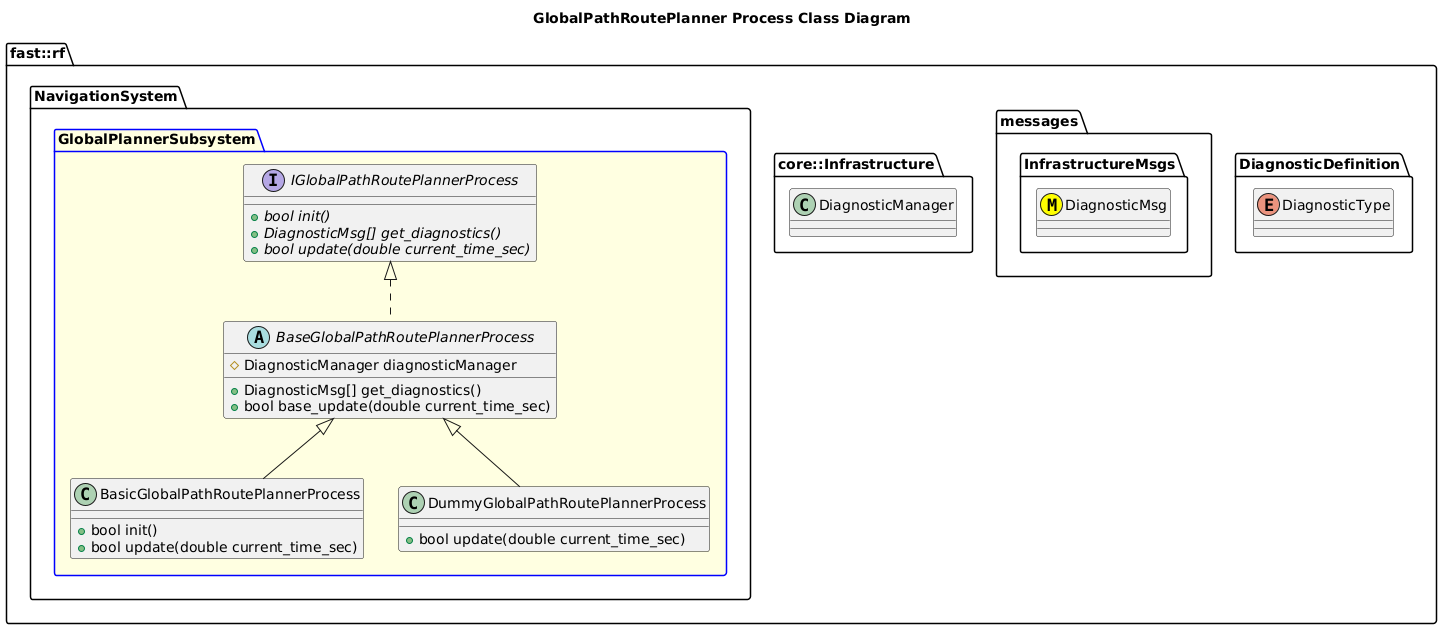
fastrobotics/robot_framework keeps this PlantUML diagram as Systems/Navigation/Subsystems/GlobalPlanner/Processes/GlobalPathRoutePlanner/doc/puml/GlobalPathRoutePlannerProcessClassDiagram.png. Above is the earlier version.
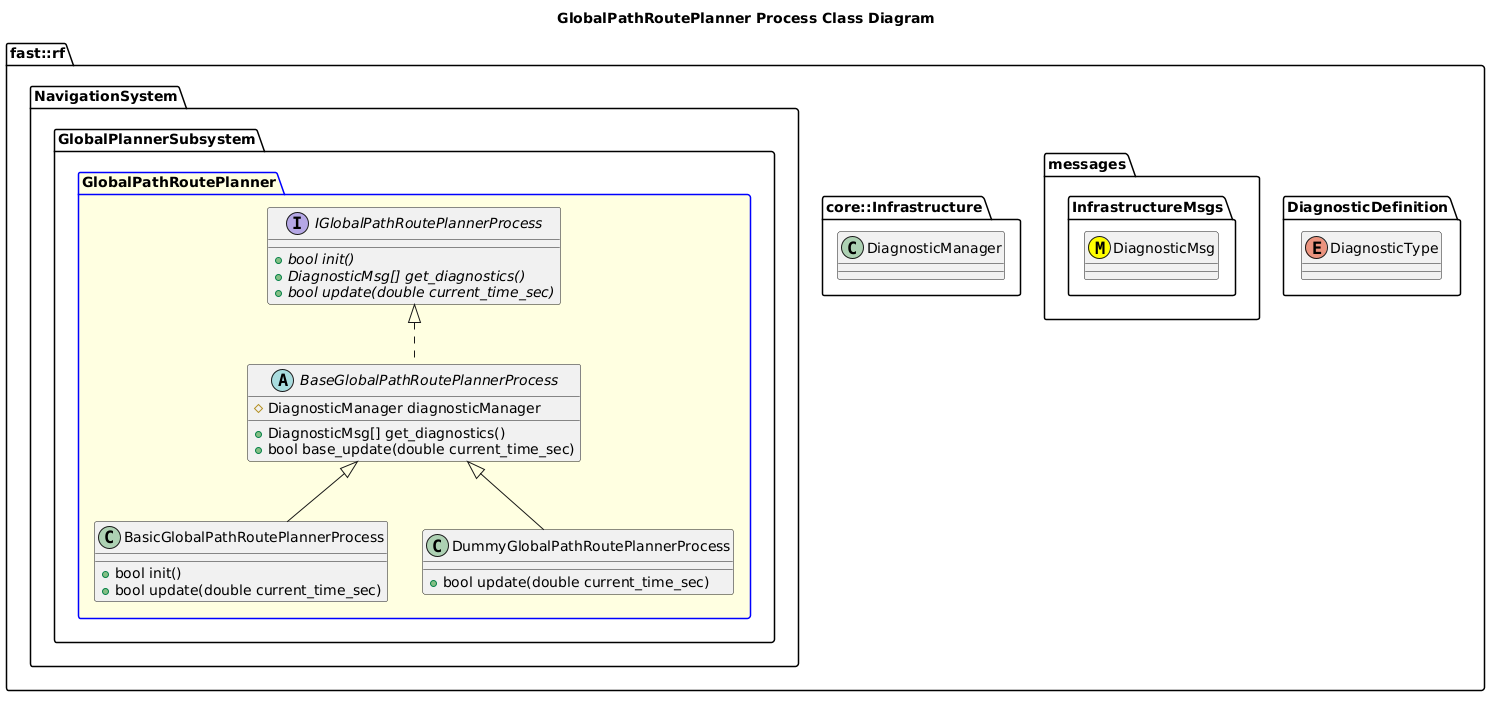
Later version of the same file.

Diff of the diagram source:
```diff
@@ -14,7 +14,8 @@
     class DiagnosticManager
   }
   namespace NavigationSystem {
-    package GlobalPlannerSubsystem #LightYellow;line:blue {
+    namespace GlobalPlannerSubsystem {
+      package GlobalPathRoutePlanner #LightYellow;line:blue {
         interface IGlobalPathRoutePlannerProcess  {
           +{abstract} bool init()
           +{abstract} DiagnosticMsg[] get_diagnostics()
@@ -36,6 +37,7 @@
           +bool update(double current_time_sec)
         }
         DummyGlobalPathRoutePlannerProcess -up-|> BaseGlobalPathRoutePlannerProcess
+      }
     }
   }
 }
```
